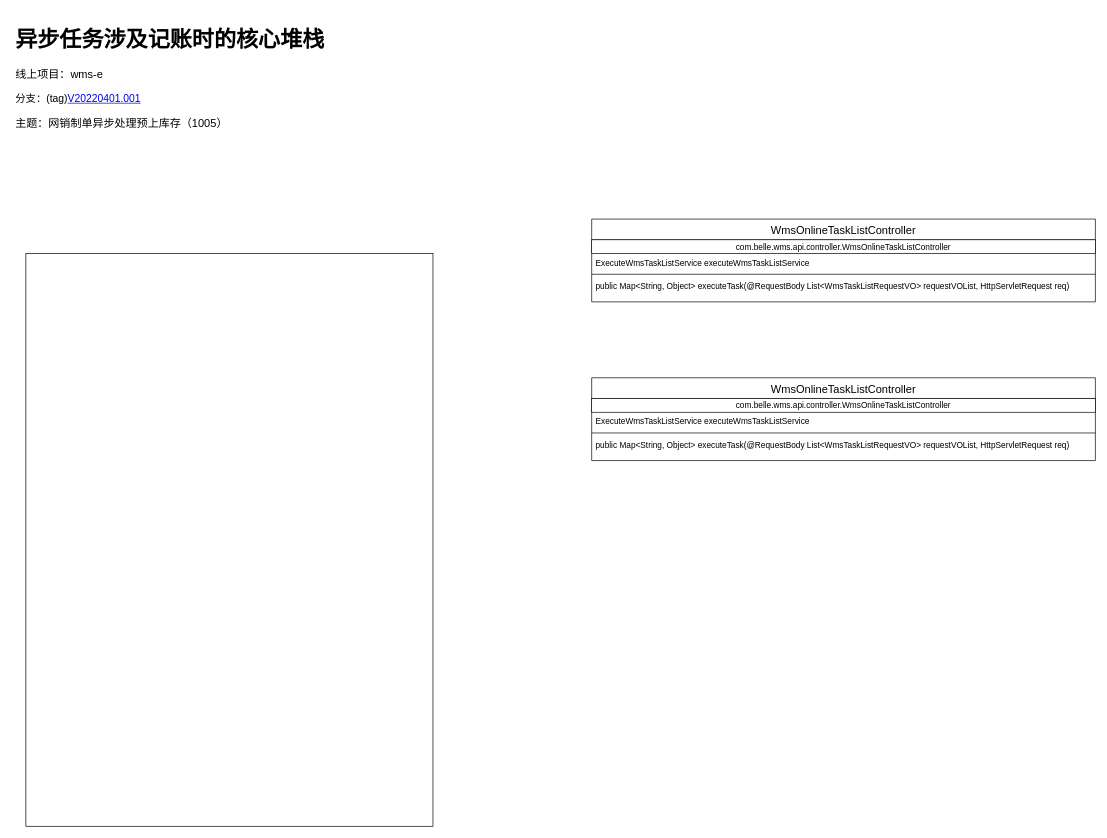
This is diagrams/异步任务涉及记账时的堆栈.drawio from libo9527/static, a draw.io file, before an edit. Source tidied: cells renumbered, new cells numbered last; positions are measured from the earlier drawing's top-left corner, leaving out a move shared by most shapes. Both pictures are drawn from the tidied source at 69%, with x=0, y=0 at pixel (12, 19).
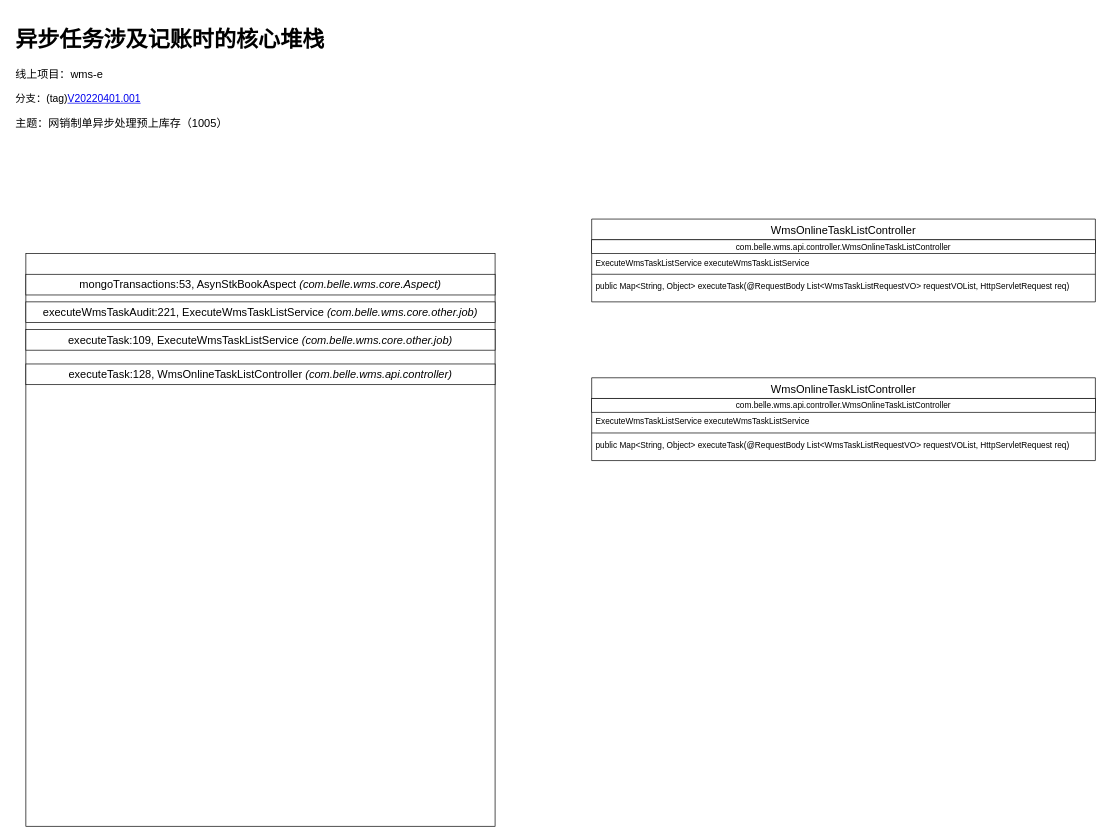
After the change.

Commit message (it also covers changes not shown here):
更新异步任务涉及记账时的堆栈.drawio

Change to the diagram source:
```diff
@@
 <mxGraphModel>
   <root>
     <mxCell id="0" />
     <mxCell id="1" parent="0" />
     <mxCell id="2" value="WmsOnlineTaskListController" style="swimlane;fontStyle=0;align=center;verticalAlign=top;horizontal=1;startSize=30;rounded=0;shadow=0;strokeWidth=1;fontSize=16;" parent="1" vertex="1">
       <mxGeometry x="840" y="290" width="730" height="120" as="geometry" />
     </mxCell>
     <mxCell id="3" value="&lt;font style=&quot;font-size: 12px&quot;&gt;com.belle.wms.api.controller.WmsOnlineTaskListController&lt;/font&gt;" style="rounded=0;whiteSpace=wrap;html=1;fontSize=14;" parent="2" vertex="1">
       <mxGeometry y="30" width="730" height="20" as="geometry" />
     </mxCell>
     <mxCell id="4" value="ExecuteWmsTaskListService executeWmsTaskListService" style="text;align=left;verticalAlign=top;spacingLeft=4;spacingRight=4;overflow=hidden;" parent="2" vertex="1">
       <mxGeometry y="50" width="730" height="26" as="geometry" />
     </mxCell>
     <mxCell id="5" style="line;html=1;strokeWidth=1;align=left;verticalAlign=middle;spacingTop=-1;spacingLeft=3;spacingRight=3;labelPosition=right;" parent="2" vertex="1">
       <mxGeometry y="76" width="730" height="8" as="geometry" />
     </mxCell>
     <mxCell id="6" value="public Map&lt;String, Object&gt; executeTask(@RequestBody List&lt;WmsTaskListRequestVO&gt; requestVOList, HttpServletRequest req)" style="text;align=left;verticalAlign=top;spacingLeft=4;spacingRight=4;overflow=hidden;" parent="2" vertex="1">
       <mxGeometry y="84" width="730" height="26" as="geometry" />
     </mxCell>
     <mxCell id="7" value="WmsOnlineTaskListController" style="swimlane;fontStyle=0;align=center;verticalAlign=top;horizontal=1;startSize=30;rounded=0;shadow=0;strokeWidth=1;fontSize=16;" parent="1" vertex="1">
       <mxGeometry x="840" y="520" width="730" height="120" as="geometry" />
     </mxCell>
     <mxCell id="8" value="&lt;font style=&quot;font-size: 12px&quot;&gt;com.belle.wms.api.controller.WmsOnlineTaskListController&lt;/font&gt;" style="rounded=0;whiteSpace=wrap;html=1;fontSize=14;" parent="7" vertex="1">
       <mxGeometry y="30" width="730" height="20" as="geometry" />
     </mxCell>
     <mxCell id="9" value="ExecuteWmsTaskListService executeWmsTaskListService" style="text;align=left;verticalAlign=top;spacingLeft=4;spacingRight=4;overflow=hidden;" parent="7" vertex="1">
       <mxGeometry y="50" width="730" height="26" as="geometry" />
     </mxCell>
     <mxCell id="10" style="line;html=1;strokeWidth=1;align=left;verticalAlign=middle;spacingTop=-1;spacingLeft=3;spacingRight=3;labelPosition=right;" parent="7" vertex="1">
       <mxGeometry y="76" width="730" height="8" as="geometry" />
     </mxCell>
     <mxCell id="11" value="public Map&lt;String, Object&gt; executeTask(@RequestBody List&lt;WmsTaskListRequestVO&gt; requestVOList, HttpServletRequest req)" style="text;align=left;verticalAlign=top;spacingLeft=4;spacingRight=4;overflow=hidden;" parent="7" vertex="1">
       <mxGeometry y="84" width="730" height="26" as="geometry" />
     </mxCell>
     <mxCell id="12" value="&lt;h1&gt;异步任务涉及记账时的核心堆栈&lt;/h1&gt;&lt;p&gt;线上项目：wms-e&lt;/p&gt;&lt;p&gt;&lt;span style=&quot;font-size: 15px&quot;&gt;分支：(tag)&lt;a href=&quot;https://codeup.aliyun.com/611f154703f23adfbed10829/lesoon-sce-group/lesoon-wms-group/wms-e/tree/V20220401.001&quot;&gt;V20220401.001&lt;/a&gt;&lt;/span&gt;&lt;/p&gt;&lt;p&gt;主题：网销制单异步处理预上库存（1005）&lt;/p&gt;&lt;p&gt;&lt;br&gt;&lt;/p&gt;" style="text;html=1;strokeColor=none;fillColor=none;spacing=5;spacingTop=-20;whiteSpace=wrap;overflow=hidden;rounded=0;fontSize=16;" parent="1" vertex="1">
       <mxGeometry width="1000" height="190" as="geometry" />
     </mxCell>
     <mxCell id="13" style="rounded=0;whiteSpace=wrap;html=1;fontSize=16;" parent="1" vertex="1">
-      <mxGeometry x="20" y="340" width="590" height="830" as="geometry" />
+      <mxGeometry x="20" y="340" width="680" height="830" as="geometry" />
     </mxCell>
+    <mxCell id="14" value="executeWmsTaskAudit:221, ExecuteWmsTaskListService&amp;nbsp;&lt;i&gt;(com.belle.wms.core.other.job)&lt;/i&gt;" style="rounded=0;whiteSpace=wrap;html=1;fontSize=16;" parent="1" vertex="1">
+      <mxGeometry x="20" y="410" width="680" height="30" as="geometry" />
+    </mxCell>
+    <mxCell id="15" value="executeTask:109, ExecuteWmsTaskListService&amp;nbsp;&lt;i&gt;(com.belle.wms.core.other.job)&lt;/i&gt;" style="rounded=0;whiteSpace=wrap;html=1;fontSize=16;" parent="1" vertex="1">
+      <mxGeometry x="20" y="450" width="680" height="30" as="geometry" />
+    </mxCell>
+    <mxCell id="16" value="executeTask:128, WmsOnlineTaskListController &lt;i&gt;(com.belle.wms.api.controller)&lt;/i&gt;" style="rounded=0;whiteSpace=wrap;html=1;fontSize=16;" parent="1" vertex="1">
+      <mxGeometry x="20" y="500" width="680" height="30" as="geometry" />
+    </mxCell>
+    <mxCell id="17" value="mongoTransactions:53, AsynStkBookAspect&amp;nbsp;&lt;i&gt;(com.belle.wms.core.Aspect)&lt;/i&gt;" style="rounded=0;whiteSpace=wrap;html=1;fontSize=16;" parent="1" vertex="1">
+      <mxGeometry x="20" y="370" width="680" height="30" as="geometry" />
+    </mxCell>
   </root>
 </mxGraphModel>
```
